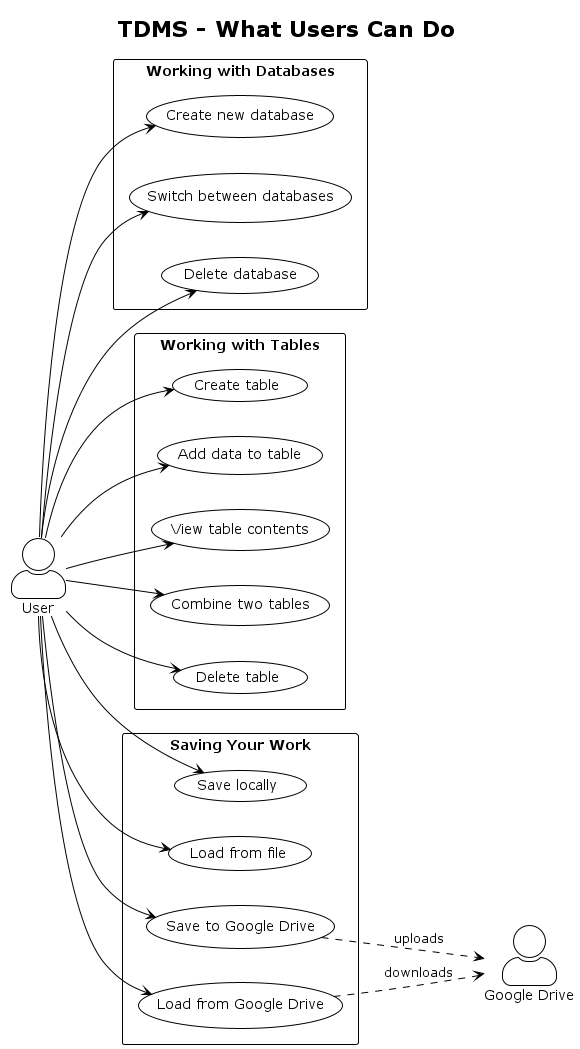
PavelShpagin/TDMS keeps this PlantUML diagram as UML/images/use_case.png. Above is the earlier version.
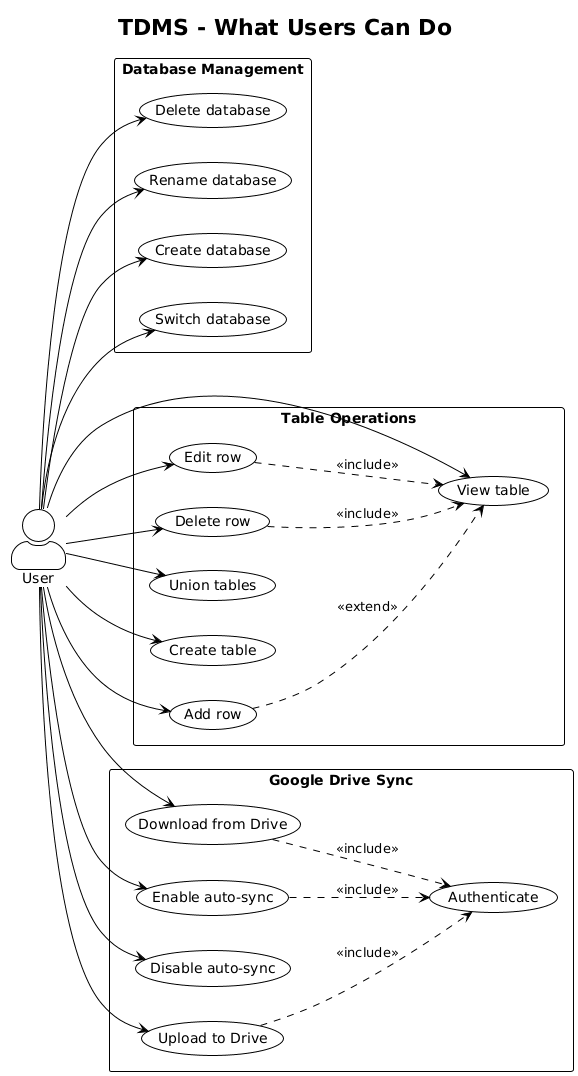
The same diagram one commit later.

Diff of the diagram source:
```diff
@@ -1,4 +1,4 @@
-@startuml use_case
+@startuml
 !theme plain
 title TDMS - What Users Can Do
 
@@ -6,27 +6,29 @@
 skinparam actorStyle awesome
 
 actor User
-actor "Google Drive" as GDrive
 
-rectangle "Working with Databases" {
-  usecase "Create new database" as UC1
-  usecase "Switch between databases" as UC2
+rectangle "Database Management" {
+  usecase "Create database" as UC1
+  usecase "Switch database" as UC2
   usecase "Delete database" as UC3
+  usecase "Rename database" as UC4
 }
 
-rectangle "Working with Tables" {
-  usecase "Create table" as UC4
-  usecase "Add data to table" as UC5
-  usecase "View table contents" as UC6
-  usecase "Combine two tables" as UC7
-  usecase "Delete table" as UC8
+rectangle "Table Operations" {
+  usecase "Create table" as UC5
+  usecase "View table" as UC6
+  usecase "Add row" as UC7
+  usecase "Edit row" as UC8
+  usecase "Delete row" as UC9
+  usecase "Union tables" as UC10
 }
 
-rectangle "Saving Your Work" {
-  usecase "Save locally" as UC9
-  usecase "Load from file" as UC10
-  usecase "Save to Google Drive" as UC11
-  usecase "Load from Google Drive" as UC12
+rectangle "Google Drive Sync" {
+  usecase "Authenticate" as UC11
+  usecase "Enable auto-sync" as UC12
+  usecase "Disable auto-sync" as UC13
+  usecase "Upload to Drive" as UC14
+  usecase "Download from Drive" as UC15
 }
 
 User --> UC1
@@ -39,12 +41,16 @@
 User --> UC8
 User --> UC9
 User --> UC10
-User --> UC11
 User --> UC12
+User --> UC13
+User --> UC14
+User --> UC15
 
-UC11 ..> GDrive : uploads
-UC12 ..> GDrive : downloads
+UC12 ..> UC11 : <<include>>
+UC14 ..> UC11 : <<include>>
+UC15 ..> UC11 : <<include>>
+UC8 ..> UC6 : <<include>>
+UC9 ..> UC6 : <<include>>
 
-
-
+UC7 ..> UC6 : <<extend>>
 @enduml
```
